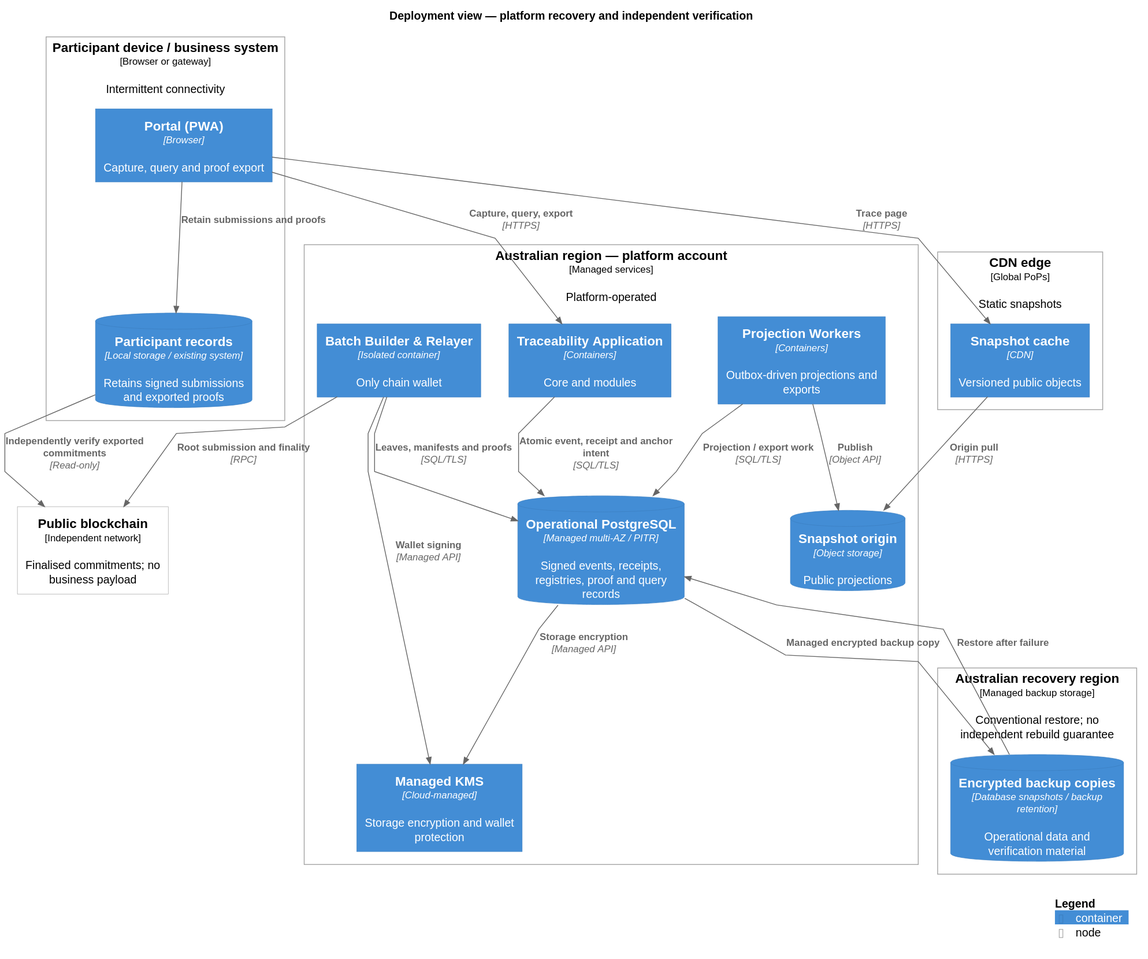
kuangshen04/48433assignment keeps this PlantUML diagram as docs/public/diagrams/c4-deployment.svg. Above is the earlier version.
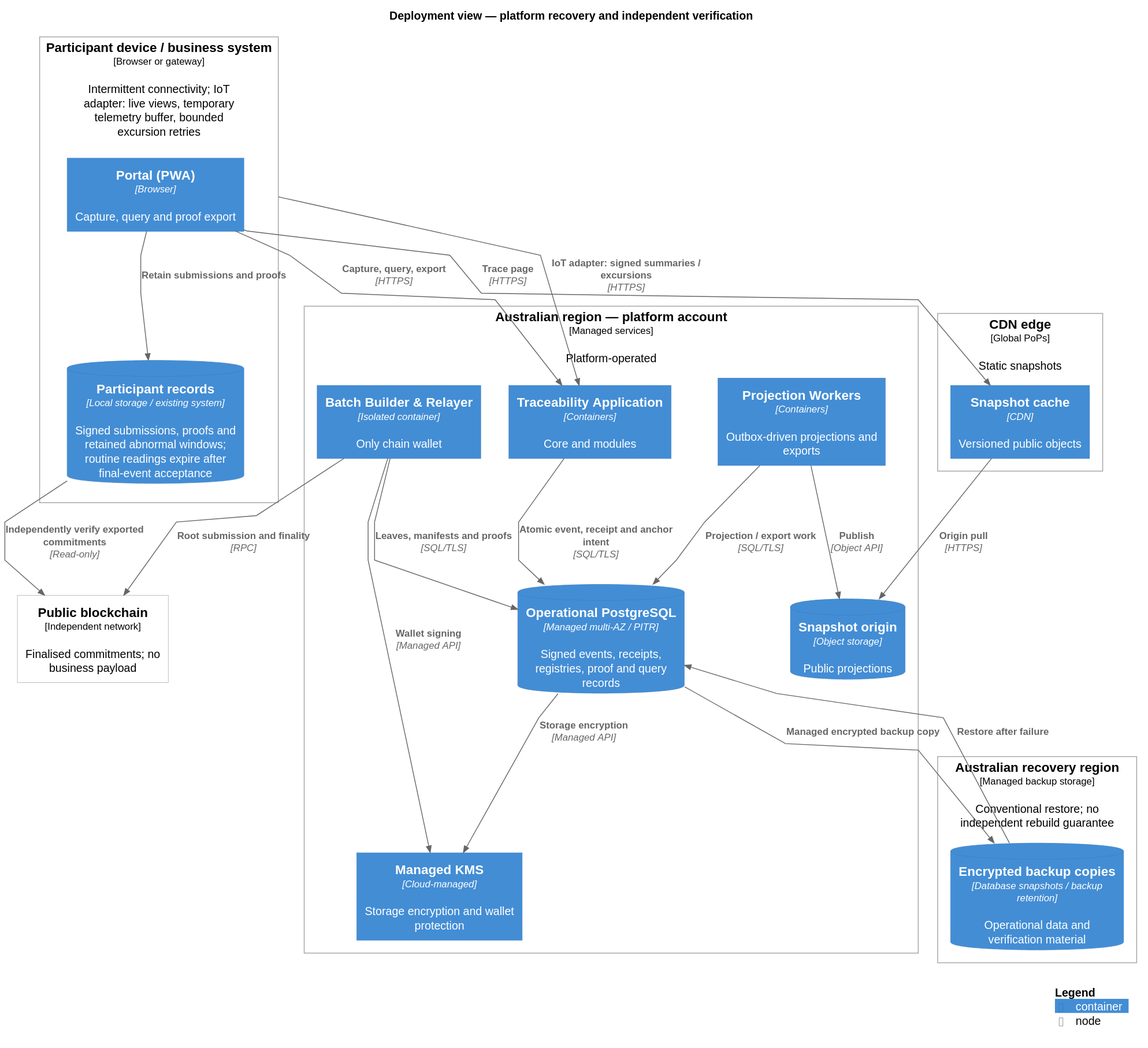
The same file after the commit.

Diff of the diagram source:
```diff
@@ -4,9 +4,9 @@
 
 title Deployment view — platform recovery and independent verification
 
-Deployment_Node(device, "Participant device / business system", "Browser or gateway", "Intermittent connectivity") {
+Deployment_Node(device, "Participant device / business system", "Browser or gateway", "Intermittent connectivity; IoT adapter: live views, temporary telemetry buffer, bounded excursion retries") {
   Container(pwa, "Portal (PWA)", "Browser", "Capture, query and proof export")
-  ContainerDb(local, "Participant records", "Local storage / existing system", "Retains signed submissions and exported proofs")
+  ContainerDb(local, "Participant records", "Local storage / existing system", "Signed submissions, proofs and retained abnormal windows; routine readings expire after final-event acceptance")
 }
 Deployment_Node(edge, "CDN edge", "Global PoPs", "Static snapshots") {
   Container(cdn, "Snapshot cache", "CDN", "Versioned public objects")
@@ -25,6 +25,7 @@
 Deployment_Node(chainNet, "Public blockchain", "Independent network", "Finalised commitments; no business payload")
 Rel(pwa, local, "Retain submissions and proofs")
 Rel(pwa, app, "Capture, query, export", "HTTPS")
+Rel(device, app, "IoT adapter: signed summaries / excursions", "HTTPS")
 Rel(app, db, "Atomic event, receipt and anchor intent", "SQL/TLS")
 Rel(workers, db, "Projection / export work", "SQL/TLS")
 Rel(workers, snapshots, "Publish", "Object API")
```
